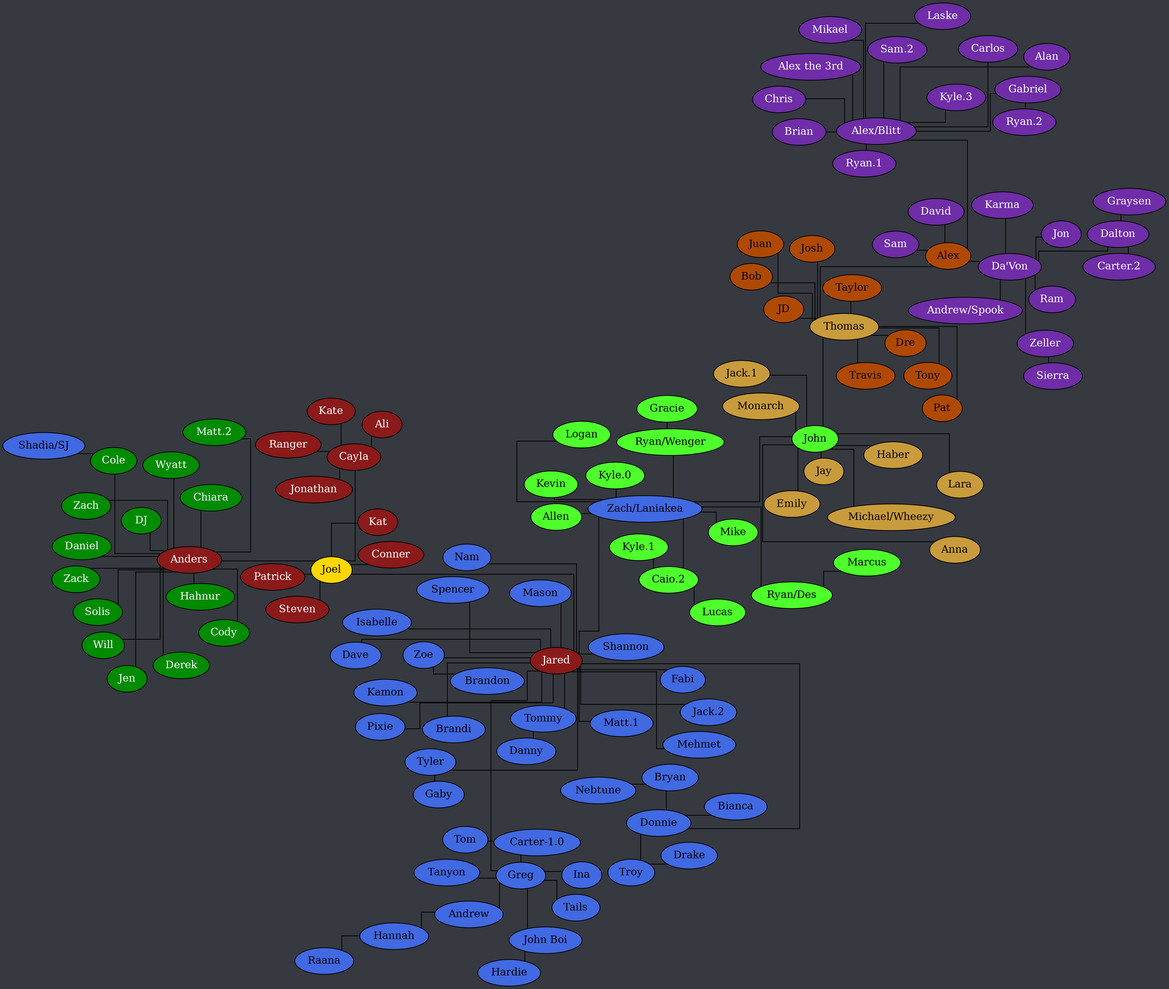
Documidas/CoronaCatzFamilyTree keeps this Graphviz diagram as tree.png. Above is the earlier version. Its source is kept beside it as tree.dot.
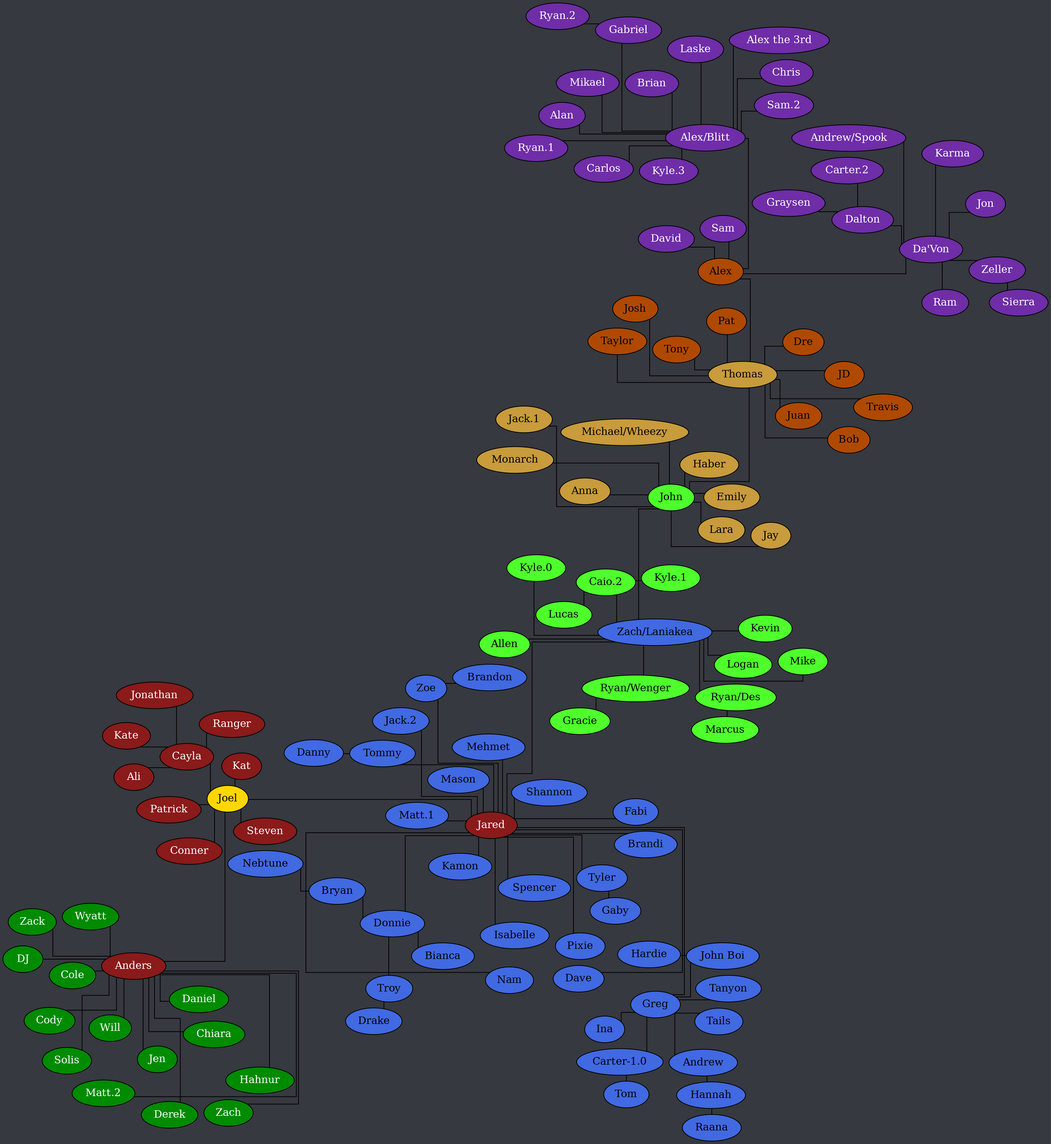
The same diagram one commit later.

Commit message:
Remove Cole line

Diff of the diagram source:
```diff
@@ -53,7 +53,6 @@
 		Andrew -- Hannah;
 		Bryan -- Nebtune;
 		"Carter-1.0" -- Tom;
-		Cole -- "Shadia/SJ";
 		Donnie -- Bianca;
 		Donnie -- Bryan;
 		Donnie -- Troy;
```
